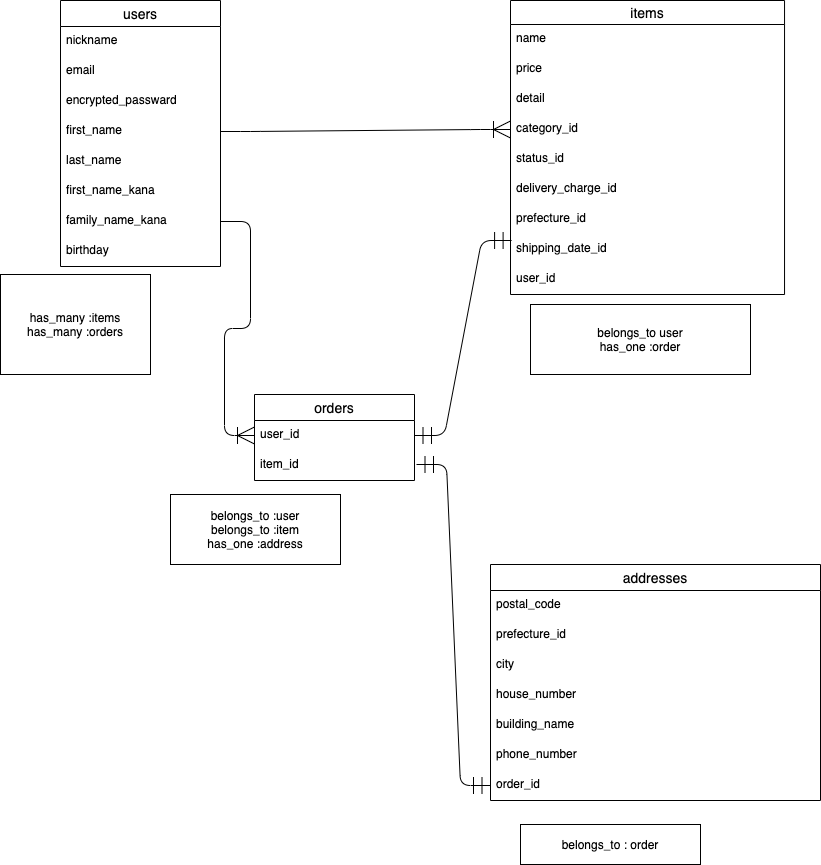
neeee22/furima-35953 keeps this draw.io diagram as entity.dio.png. Above is the earlier version. Source tidied: cells renumbered, new cells last; positions are measured from the earlier drawing's top-left corner, leaving out a move shared by most shapes.
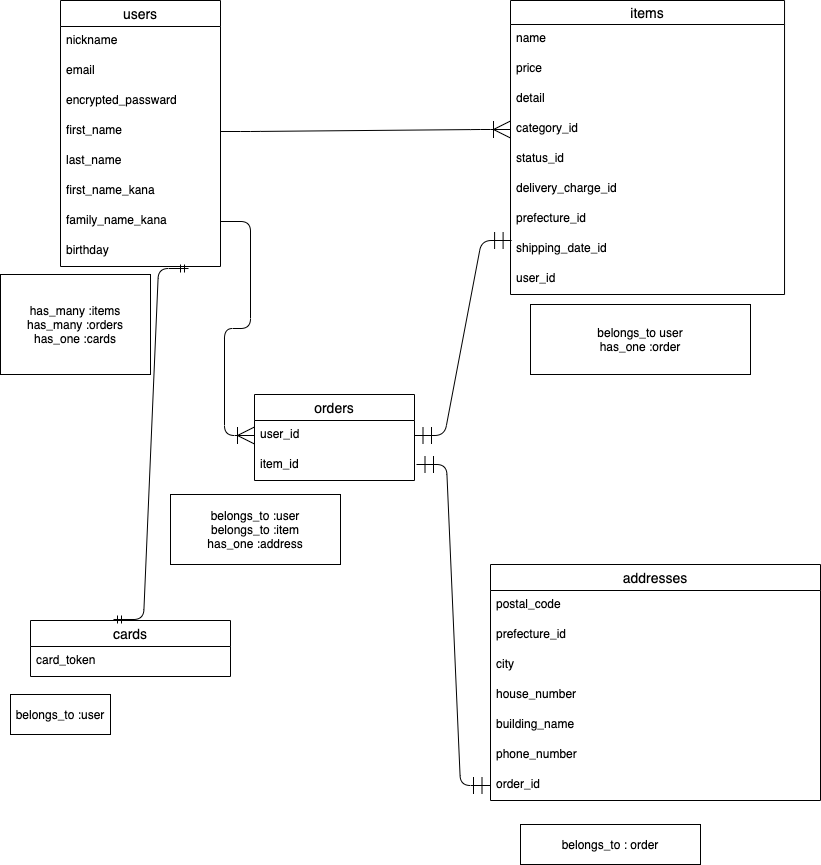
Above is the later version.

What changed in the source:
```diff
@@ -89,7 +89,7 @@
     <mxCell id="30" style="edgeStyle=entityRelationEdgeStyle;fontSize=12;html=1;endArrow=ERmandOne;startArrow=ERmandOne;startSize=15;endSize=15;targetPerimeterSpacing=0;strokeWidth=1;entryX=0.004;entryY=0.2;entryDx=0;entryDy=0;entryPerimeter=0;" parent="1" edge="1" source="35" target="19">
       <mxGeometry relative="1" as="geometry" />
     </mxCell>
-    <mxCell id="31" value="has_many :items&lt;br&gt;has_many :orders" style="whiteSpace=wrap;html=1;align=center;" parent="1" vertex="1">
+    <mxCell id="31" value="has_many :items&lt;br&gt;has_many :orders&lt;br&gt;has_one :cards" style="whiteSpace=wrap;html=1;align=center;" parent="1" vertex="1">
       <mxGeometry y="274" width="150" height="100" as="geometry" />
     </mxCell>
     <mxCell id="32" value="belongs_to user&lt;br&gt;has_one :order" style="whiteSpace=wrap;html=1;align=center;" parent="1" vertex="1">
@@ -118,5 +118,17 @@
     <mxCell id="39" style="edgeStyle=entityRelationEdgeStyle;fontSize=12;html=1;endArrow=ERoneToMany;startSize=15;endSize=15;exitX=1;exitY=0.5;exitDx=0;exitDy=0;entryX=0;entryY=0.5;entryDx=0;entryDy=0;" parent="1" edge="1" source="9" target="35">
       <mxGeometry relative="1" as="geometry" />
     </mxCell>
+    <mxCell id="40" value="cards" style="swimlane;fontStyle=0;horizontal=1;startSize=26;align=center;fontSize=14;" parent="1" vertex="1">
+      <mxGeometry x="30" y="620" width="200" height="56" as="geometry" />
+    </mxCell>
+    <mxCell id="41" value="card_token" style="text;strokeColor=none;fillColor=none;spacingLeft=4;spacingRight=4;overflow=hidden;fontSize=12;" parent="40" vertex="1">
+      <mxGeometry y="26" width="200" height="30" as="geometry" />
+    </mxCell>
+    <mxCell id="42" style="edgeStyle=entityRelationEdgeStyle;fontSize=12;html=1;endArrow=ERmandOne;startArrow=ERmandOne;entryX=0.8;entryY=1.067;entryDx=0;entryDy=0;entryPerimeter=0;exitX=0.415;exitY=-0.018;exitDx=0;exitDy=0;exitPerimeter=0;" parent="1" edge="1" source="40" target="10">
+      <mxGeometry relative="1" as="geometry" />
+    </mxCell>
+    <mxCell id="43" value="belongs_to :user" style="whiteSpace=wrap;html=1;align=center;" parent="1" vertex="1">
+      <mxGeometry x="10" y="694" width="100" height="40" as="geometry" />
+    </mxCell>
   </root>
 </mxGraphModel>
```
